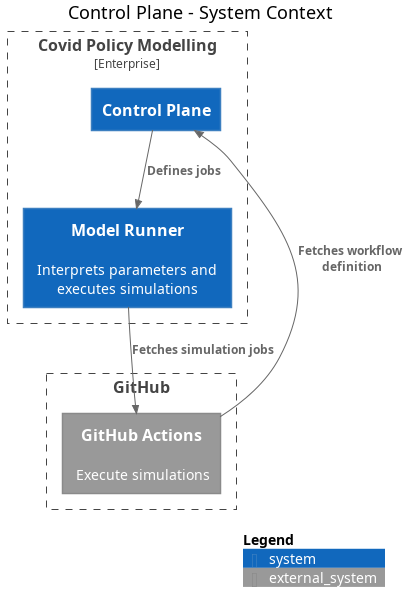
covid-policy-modelling/covid-policy-modelling.github.io keeps this PlantUML diagram as assets/diagrams/structurizr-ControlPlane-SystemContext.png. Above is the earlier version.
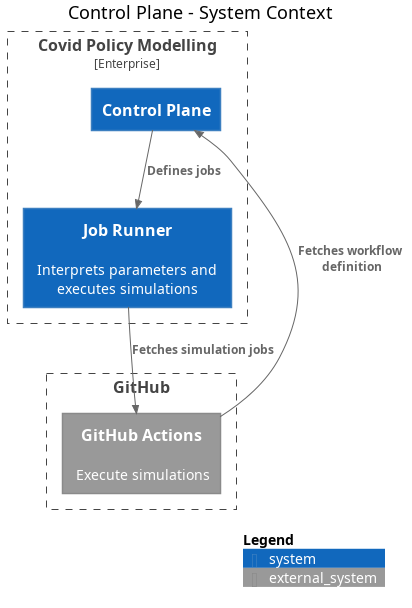
After the commit.

Commit message:
Rename ModelRunner system to avoid confusion with container

Change to the diagram source:
```diff
@@ -7,7 +7,7 @@
 !includeurl https://raw.githubusercontent.com/plantuml-stdlib/C4-PlantUML/master/C4_Context.puml
 
 Enterprise_Boundary(enterprise, "Covid Policy Modelling") {
-  System(ModelRunner, "Model Runner", "Interprets parameters and executes simulations")
+  System(JobRunner, "Job Runner", "Interprets parameters and executes simulations")
   System(ControlPlane, "Control Plane", "")
 }
 
@@ -16,8 +16,8 @@
 }
 
 
-Rel_D(ModelRunner, GitHubActions, "Fetches simulation jobs")
-Rel_D(ControlPlane, ModelRunner, "Defines jobs")
+Rel_D(JobRunner, GitHubActions, "Fetches simulation jobs")
+Rel_D(ControlPlane, JobRunner, "Defines jobs")
 Rel_D(GitHubActions, ControlPlane, "Fetches workflow definition")
 
 SHOW_LEGEND()
```
